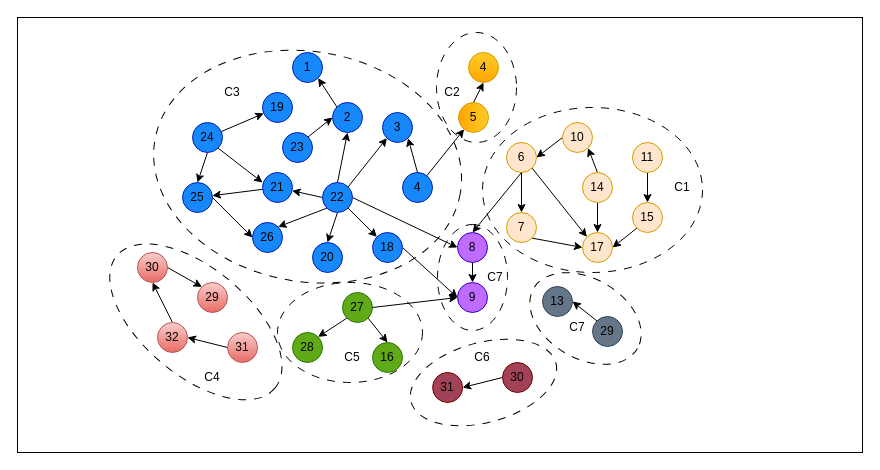
Earlier version of the draw.io diagram 未命名绘图.drawio (LIMBO42/BackUp). Source tidied: cells renumbered, new cells numbered last; positions are measured from the earlier drawing's top-left corner, leaving out a move shared by most shapes. Both pictures are drawn from the tidied source at 100%, with x=0, y=0 at pixel (17, 17).
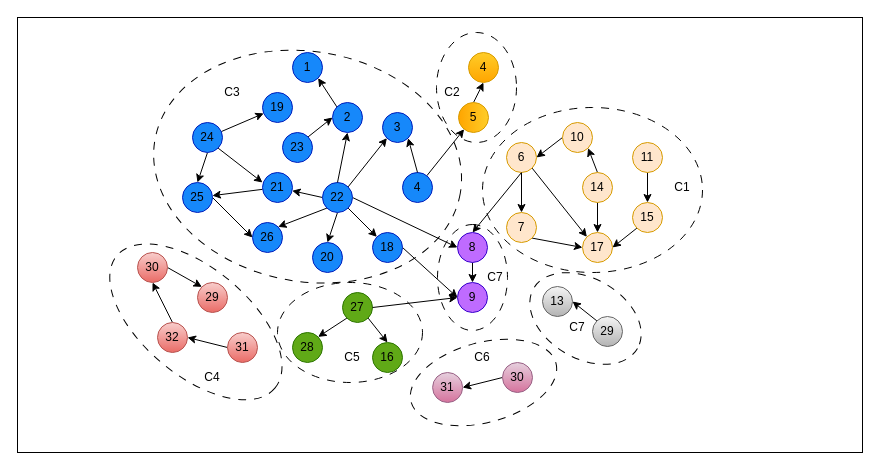
Above is the later version.

The edit, as a diff of the source:
```diff
@@
-    <mxCell id="29" value="&lt;font color=&quot;#000000&quot;&gt;30&lt;/font&gt;" style="ellipse;whiteSpace=wrap;html=1;fillColor=#A24256;strokeColor=#6F0000;fontColor=#ffffff;" parent="1" vertex="1">
+    <mxCell id="29" value="&lt;font color=&quot;#000000&quot;&gt;30&lt;/font&gt;" style="ellipse;whiteSpace=wrap;html=1;fillColor=#e6d0de;strokeColor=#996185;gradientColor=#d5739d;" parent="1" vertex="1">
       <mxGeometry x="485" y="345" width="30" height="30" as="geometry" />
     </mxCell>
-    <mxCell id="30" value="&lt;font color=&quot;#000000&quot;&gt;31&lt;/font&gt;" style="ellipse;whiteSpace=wrap;html=1;fillColor=#A24256;strokeColor=#6F0000;fontColor=#ffffff;" parent="1" vertex="1">
+    <mxCell id="30" value="&lt;font color=&quot;#000000&quot;&gt;31&lt;/font&gt;" style="ellipse;whiteSpace=wrap;html=1;fillColor=#e6d0de;strokeColor=#996185;gradientColor=#d5739d;" parent="1" vertex="1">
       <mxGeometry x="415.1" y="355" width="30" height="30" as="geometry" />
     </mxCell>
-    <mxCell id="31" value="&lt;font color=&quot;#000000&quot;&gt;13&lt;/font&gt;" style="ellipse;whiteSpace=wrap;html=1;fillColor=#647687;strokeColor=#314354;fontColor=#ffffff;" parent="1" vertex="1">
+    <mxCell id="31" value="&lt;font color=&quot;#000000&quot;&gt;13&lt;/font&gt;" style="ellipse;whiteSpace=wrap;html=1;fillColor=#f5f5f5;strokeColor=#666666;gradientColor=#b3b3b3;" parent="1" vertex="1">
       <mxGeometry x="525" y="269" width="30" height="30" as="geometry" />
     </mxCell>
@@
-    <mxCell id="33" value="&lt;font color=&quot;#000000&quot;&gt;29&lt;/font&gt;" style="ellipse;whiteSpace=wrap;html=1;fillColor=#647687;strokeColor=#314354;fontColor=#ffffff;" parent="1" vertex="1">
+    <mxCell id="33" value="&lt;font color=&quot;#000000&quot;&gt;29&lt;/font&gt;" style="ellipse;whiteSpace=wrap;html=1;fillColor=#f5f5f5;strokeColor=#666666;gradientColor=#b3b3b3;" parent="1" vertex="1">
       <mxGeometry x="575" y="299" width="30" height="30" as="geometry" />
     </mxCell>
```
